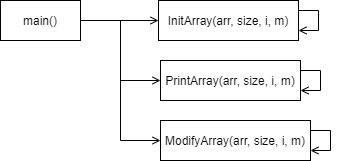
fhctyw/Lab6.2 keeps this draw.io diagram as Lab6.2.2/structure.png. Above is the earlier version. Source tidied: cells renumbered, new cells last; positions are measured from the earlier drawing's top-left corner, leaving out a move shared by most shapes.
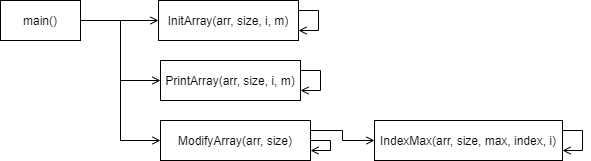
After the commit.

Change to the diagram source:
```diff
@@ -20,7 +20,15 @@
     <mxCell id="7" value="PrintArray(arr, size, i, m)" style="rounded=0;whiteSpace=wrap;html=1;" parent="1" vertex="1">
       <mxGeometry x="160" y="60" width="140" height="40" as="geometry" />
     </mxCell>
+    <mxCell id="12" style="edgeStyle=orthogonalEdgeStyle;rounded=0;jettySize=auto;html=1;endArrow=open;endFill=0;entryX=0;entryY=0.5;entryDx=0;entryDy=0;" parent="1" edge="1" source="8" target="13">
+      <mxGeometry relative="1" as="geometry">
+        <Array as="points">
+          <mxPoint x="342" y="130" />
+          <mxPoint x="342" y="140" />
+        </Array>
+      </mxGeometry>
+    </mxCell>
-    <mxCell id="8" value="ModifyArray(arr, size, i, m)" style="rounded=0;whiteSpace=wrap;html=1;" parent="1" vertex="1">
+    <mxCell id="8" value="ModifyArray(arr, size)" style="rounded=0;whiteSpace=wrap;html=1;" parent="1" vertex="1">
       <mxGeometry x="160" y="120" width="150" height="40" as="geometry" />
     </mxCell>
     <mxCell id="9" style="edgeStyle=orthogonalEdgeStyle;rounded=0;orthogonalLoop=1;jettySize=auto;html=1;entryX=1;entryY=0.75;entryDx=0;entryDy=0;endArrow=open;endFill=0;" parent="1" edge="1" source="6" target="6">
@@ -46,10 +54,24 @@
         <mxPoint x="310" y="130" as="sourcePoint" />
         <mxPoint x="310" y="150" as="targetPoint" />
         <Array as="points">
-          <mxPoint x="330" y="130" />
+          <mxPoint x="310" y="140" />
+          <mxPoint x="330" y="140" />
           <mxPoint x="330" y="150" />
         </Array>
       </mxGeometry>
     </mxCell>
+    <mxCell id="13" value="IndexMax(arr, size, max, index, i)" style="rounded=0;whiteSpace=wrap;html=1;" parent="1" vertex="1">
+      <mxGeometry x="374" y="120" width="188" height="40" as="geometry" />
+    </mxCell>
+    <mxCell id="14" style="edgeStyle=orthogonalEdgeStyle;rounded=0;orthogonalLoop=1;jettySize=auto;html=1;entryX=1;entryY=0.75;entryDx=0;entryDy=0;endArrow=open;endFill=0;" parent="1" edge="1">
+      <mxGeometry relative="1" as="geometry">
+        <mxPoint x="562" y="130" as="sourcePoint" />
+        <mxPoint x="562" y="150" as="targetPoint" />
+        <Array as="points">
+          <mxPoint x="582" y="130" />
+          <mxPoint x="582" y="150" />
+        </Array>
+      </mxGeometry>
+    </mxCell>
   </root>
 </mxGraphModel>
```
